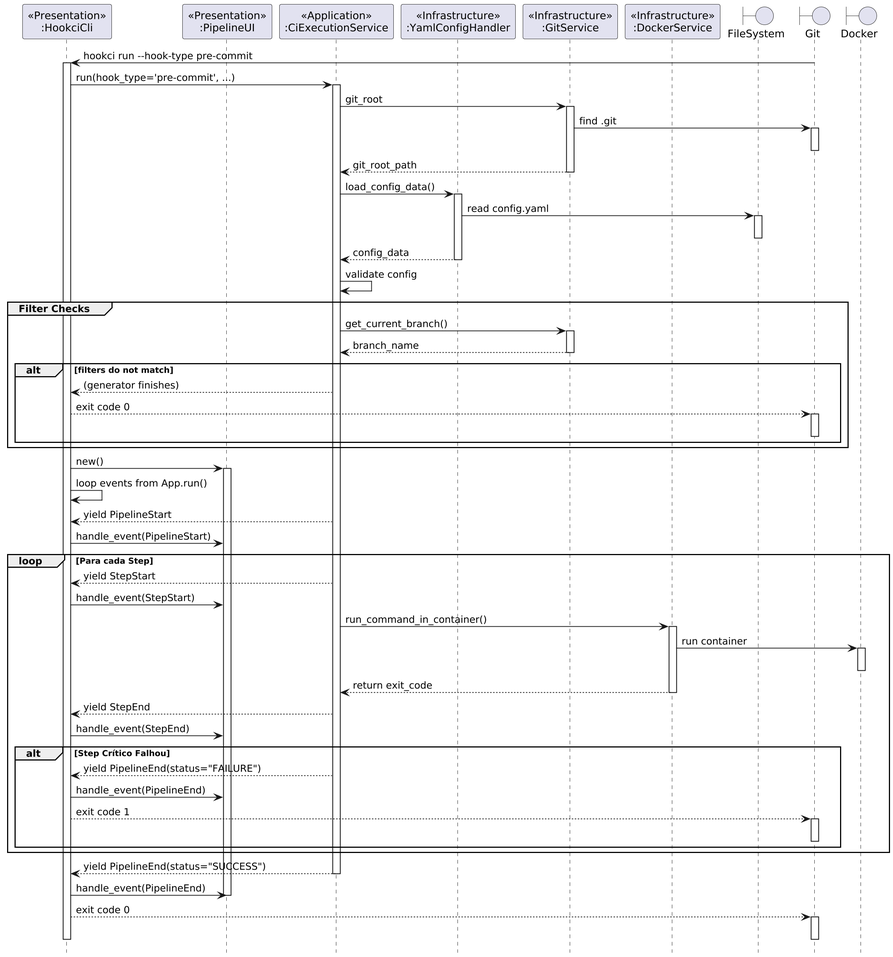
Above: Artefatos/diagrams/sequence/hook.png in h3nc4/tmp (PlantUML), before the change. Source of this version:
```plantuml
@startuml hook
scale 2
!theme _none_
hide footbox
skinparam defaultFontName SansSerif

boundary "Git" as Git
participant "<<Presentation>>\n:HookciCli" as CLI
participant "<<Presentation>>\n:PipelineUI" as UI
participant "<<Application>>\n:CiExecutionService" as App
participant "<<Infrastructure>>\n:YamlConfigHandler" as CfgHandler
participant "<<Infrastructure>>\n:GitService" as GitSvc
participant "<<Infrastructure>>\n:DockerService" as DockerSvc
boundary "FileSystem" as FS
boundary "Git" as Git
boundary "Docker" as Docker

Git -> CLI : hookci run --hook-type pre-commit
activate CLI
CLI -> App : run(hook_type='pre-commit', ...)
activate App

App -> GitSvc : git_root
activate GitSvc
GitSvc -> Git : find .git
activate Git
deactivate Git
GitSvc --> App : git_root_path
deactivate GitSvc

App -> CfgHandler : load_config_data()
activate CfgHandler
CfgHandler -> FS : read config.yaml
activate FS
deactivate FS
CfgHandler --> App : config_data
deactivate CfgHandler
App -> App : validate config

group Filter Checks
    App -> GitSvc : get_current_branch()
    activate GitSvc
    GitSvc --> App : branch_name
    deactivate GitSvc
    alt filters do not match
        App --> CLI : (generator finishes)
        CLI --> Git : exit code 0
        activate Git
        deactivate Git
    end
end

CLI -> UI : new()
activate UI
CLI -> CLI : loop events from App.run()

App --> CLI : yield PipelineStart
CLI -> UI : handle_event(PipelineStart)

loop Para cada Step
    App --> CLI : yield StepStart
    CLI -> UI : handle_event(StepStart)
    App -> DockerSvc : run_command_in_container()
    activate DockerSvc
    DockerSvc -> Docker : run container
    activate Docker
    deactivate Docker
    DockerSvc --> App : return exit_code
    deactivate DockerSvc
    App --> CLI : yield StepEnd
    CLI -> UI : handle_event(StepEnd)

    alt Step Crítico Falhou
        App --> CLI : yield PipelineEnd(status="FAILURE")
        CLI -> UI : handle_event(PipelineEnd)
        CLI --> Git : exit code 1
        activate Git
        deactivate Git
    end
end

App --> CLI : yield PipelineEnd(status="SUCCESS")
deactivate App
CLI -> UI : handle_event(PipelineEnd)
deactivate UI
CLI --> Git : exit code 0
activate Git
deactivate Git
deactivate CLI

@enduml
```
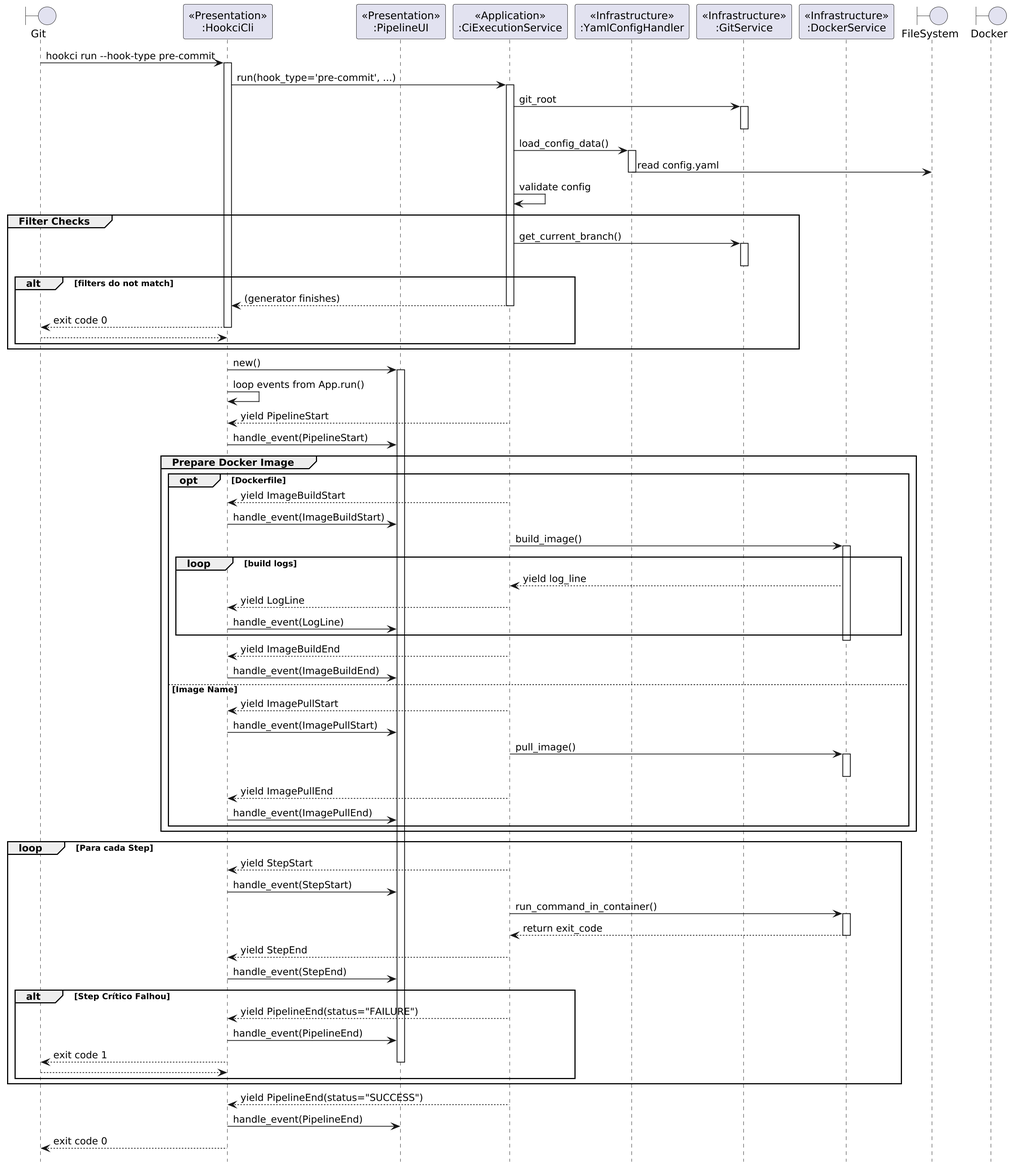
After the commit.

What changed in the source:
```diff
@@ -4,7 +4,7 @@
 hide footbox
 skinparam defaultFontName SansSerif
 
-boundary "Git" as Git
+boundary "Git" as GitSystem
 participant "<<Presentation>>\n:HookciCli" as CLI
 participant "<<Presentation>>\n:PipelineUI" as UI
 participant "<<Application>>\n:CiExecutionService" as App
@@ -12,41 +12,33 @@
 participant "<<Infrastructure>>\n:GitService" as GitSvc
 participant "<<Infrastructure>>\n:DockerService" as DockerSvc
 boundary "FileSystem" as FS
-boundary "Git" as Git
 boundary "Docker" as Docker
 
-Git -> CLI : hookci run --hook-type pre-commit
+GitSystem -> CLI : hookci run --hook-type pre-commit
 activate CLI
 CLI -> App : run(hook_type='pre-commit', ...)
 activate App
 
 App -> GitSvc : git_root
 activate GitSvc
-GitSvc -> Git : find .git
-activate Git
-deactivate Git
-GitSvc --> App : git_root_path
 deactivate GitSvc
 
 App -> CfgHandler : load_config_data()
 activate CfgHandler
 CfgHandler -> FS : read config.yaml
-activate FS
-deactivate FS
-CfgHandler --> App : config_data
 deactivate CfgHandler
 App -> App : validate config
 
 group Filter Checks
     App -> GitSvc : get_current_branch()
     activate GitSvc
-    GitSvc --> App : branch_name
     deactivate GitSvc
     alt filters do not match
         App --> CLI : (generator finishes)
-        CLI --> Git : exit code 0
-        activate Git
-        deactivate Git
+        deactivate App
+        CLI --> GitSystem : exit code 0
+        deactivate CLI
+        return
     end
 end
 
@@ -57,14 +49,36 @@
 App --> CLI : yield PipelineStart
 CLI -> UI : handle_event(PipelineStart)
 
+group Prepare Docker Image
+    opt Dockerfile
+        App --> CLI : yield ImageBuildStart
+        CLI -> UI : handle_event(ImageBuildStart)
+        App -> DockerSvc : build_image()
+        activate DockerSvc
+        loop build logs
+            DockerSvc --> App : yield log_line
+            App --> CLI : yield LogLine
+            CLI -> UI : handle_event(LogLine)
+        end
+        deactivate DockerSvc
+        App --> CLI : yield ImageBuildEnd
+        CLI -> UI : handle_event(ImageBuildEnd)
+    else Image Name
+        App --> CLI : yield ImagePullStart
+        CLI -> UI : handle_event(ImagePullStart)
+        App -> DockerSvc : pull_image()
+        activate DockerSvc
+        deactivate DockerSvc
+        App --> CLI : yield ImagePullEnd
+        CLI -> UI : handle_event(ImagePullEnd)
+    end
+end
+
 loop Para cada Step
     App --> CLI : yield StepStart
     CLI -> UI : handle_event(StepStart)
     App -> DockerSvc : run_command_in_container()
     activate DockerSvc
-    DockerSvc -> Docker : run container
-    activate Docker
-    deactivate Docker
     DockerSvc --> App : return exit_code
     deactivate DockerSvc
     App --> CLI : yield StepEnd
@@ -73,9 +87,11 @@
     alt Step Crítico Falhou
         App --> CLI : yield PipelineEnd(status="FAILURE")
         CLI -> UI : handle_event(PipelineEnd)
-        CLI --> Git : exit code 1
-        activate Git
-        deactivate Git
+        deactivate App
+        CLI --> GitSystem : exit code 1
+        deactivate UI
+        deactivate CLI
+        return
     end
 end
 
@@ -83,9 +99,6 @@
 deactivate App
 CLI -> UI : handle_event(PipelineEnd)
 deactivate UI
-CLI --> Git : exit code 0
-activate Git
-deactivate Git
+CLI --> GitSystem : exit code 0
 deactivate CLI
-
 @enduml
```
